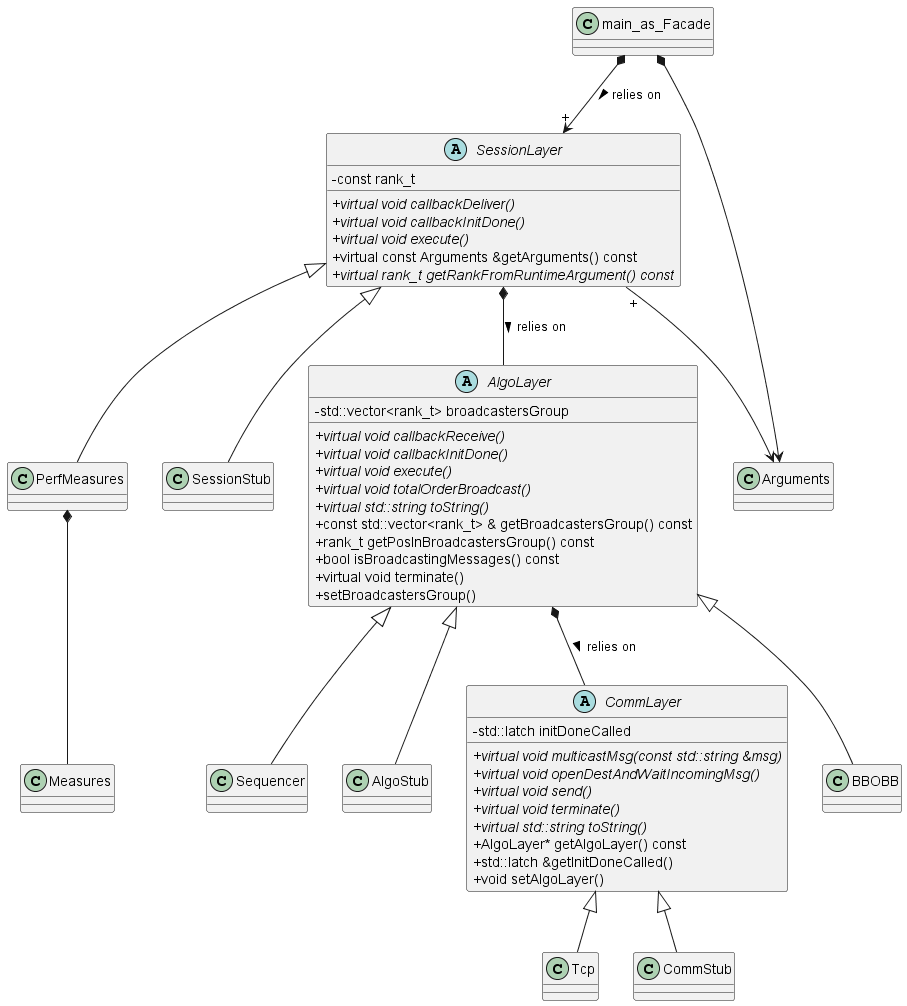
Above: doc/classDiagram/classDiagram.png in SimaticResearchActivity/FBAE (PlantUML), before the change.
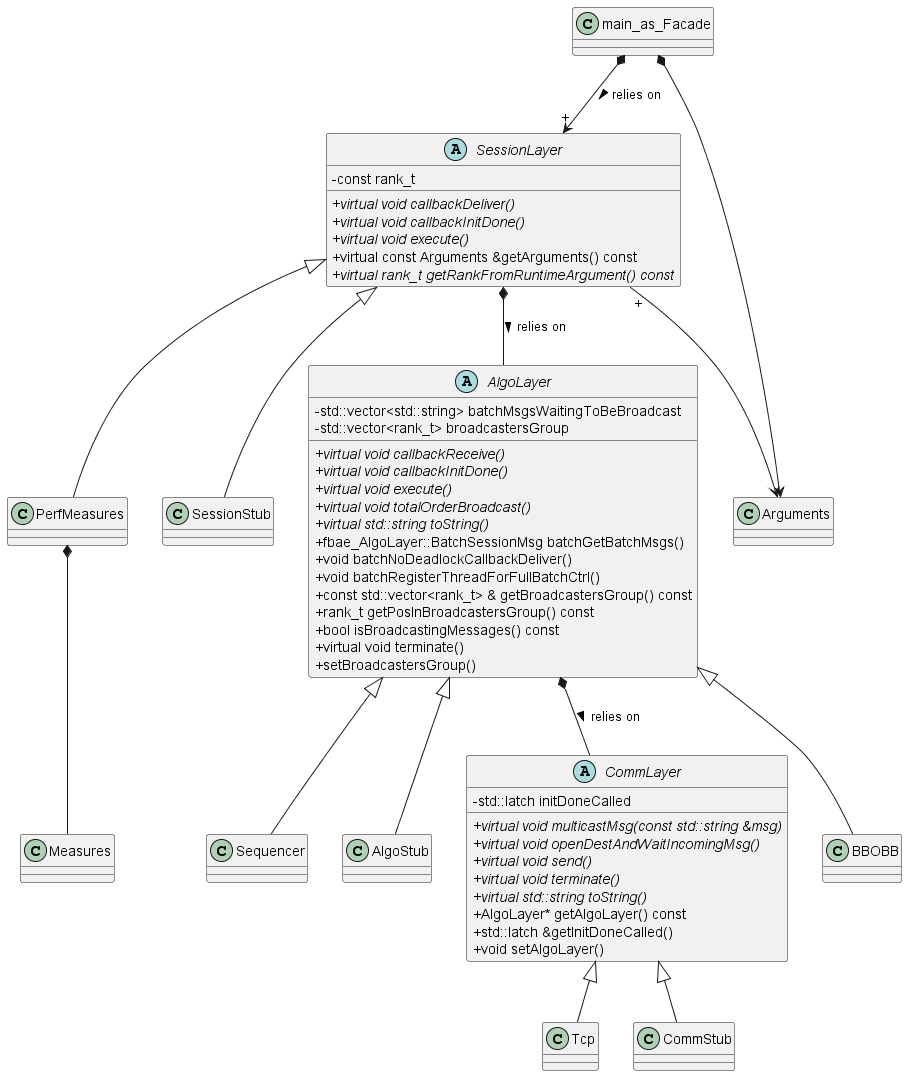
After the commit.

Diff of the diagram source:
```diff
@@ -22,12 +22,16 @@
     {abstract} + virtual rank_t getRankFromRuntimeArgument() const
 }
 abstract class AlgoLayer {
+    - std::vector<std::string> batchMsgsWaitingToBeBroadcast
     - std::vector<rank_t> broadcastersGroup
     {abstract} + virtual void callbackReceive()
     {abstract} + virtual void callbackInitDone()
     {abstract} + virtual void execute()
     {abstract} + virtual void totalOrderBroadcast()
     {abstract} + virtual std::string toString()
+    + fbae_AlgoLayer::BatchSessionMsg batchGetBatchMsgs()
+    + void batchNoDeadlockCallbackDeliver()
+    + void batchRegisterThreadForFullBatchCtrl()
     + const std::vector<rank_t> & getBroadcastersGroup() const
     + rank_t getPosInBroadcastersGroup() const
     + bool isBroadcastingMessages() const
```
